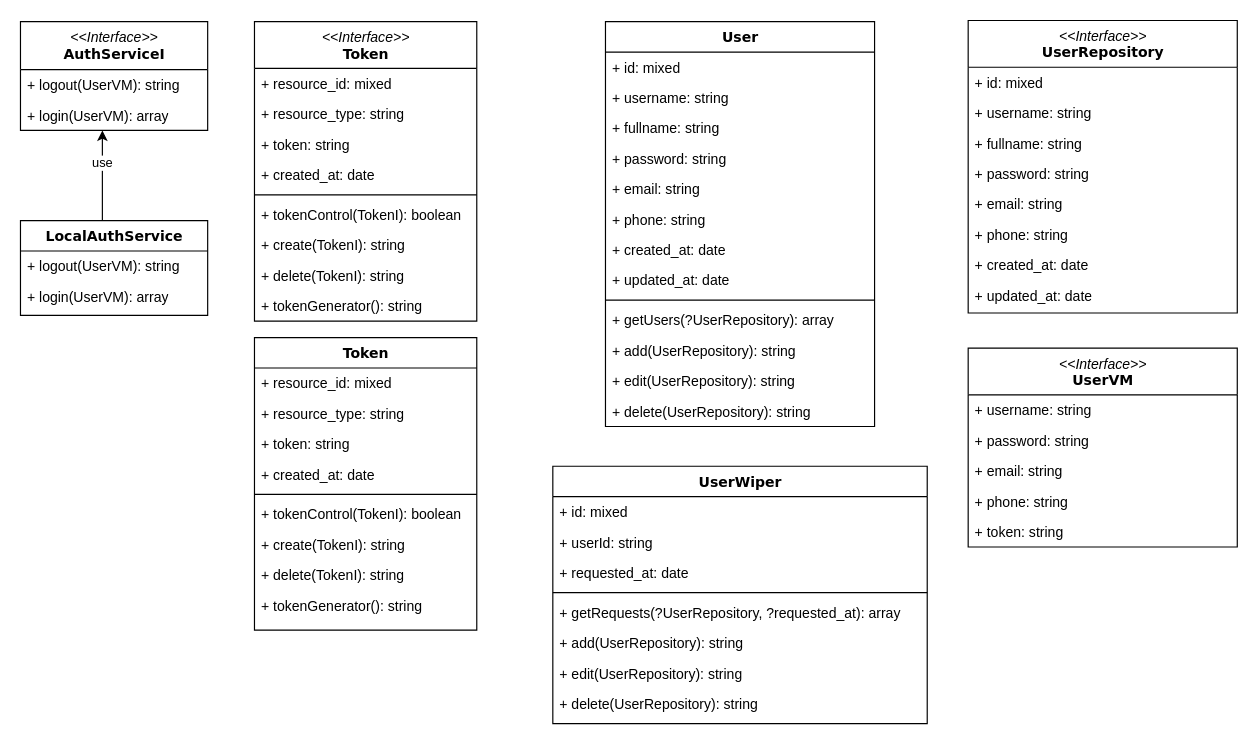
Above: UML/Auth, User Diagram.drawio in hasanuyanik/news-web-app (draw.io), before the change. Source tidied: cells renumbered, new cells numbered last; positions are measured from the earlier drawing's top-left corner, leaving out a move shared by most shapes. Both pictures are drawn from the tidied source at 117%, with x=0, y=0 at pixel (20, 20).
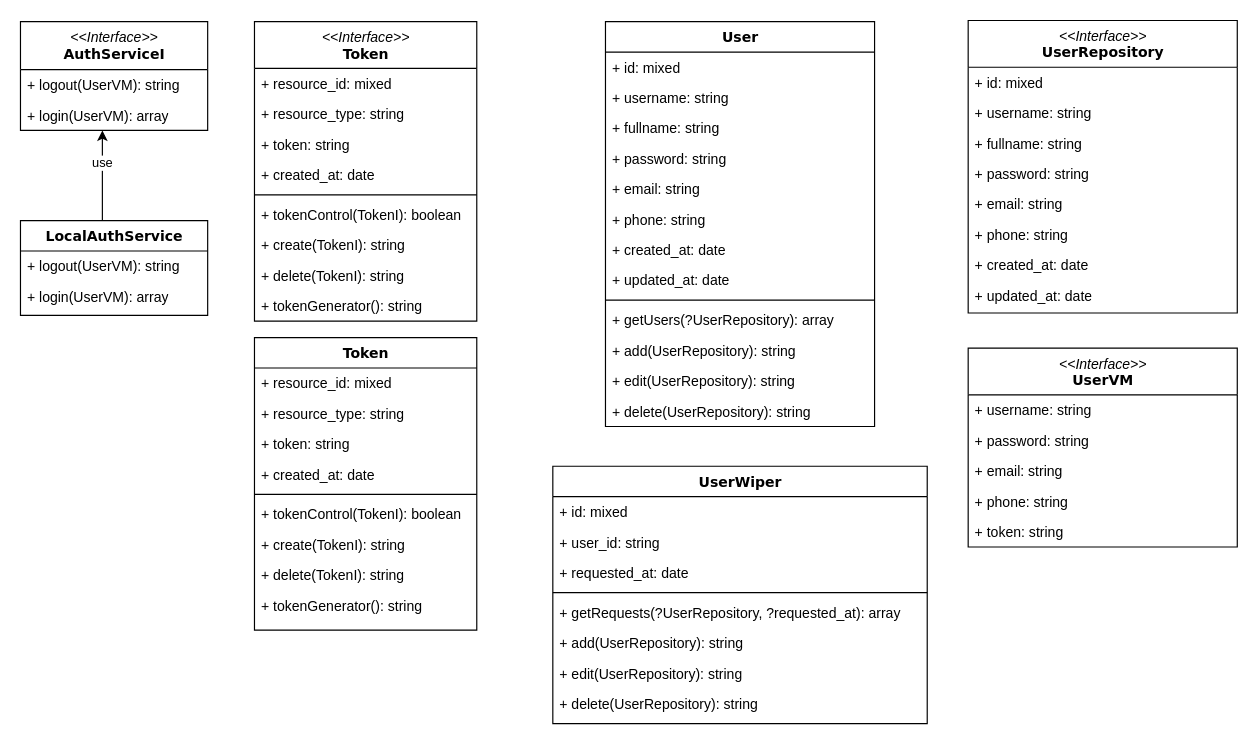
The same diagram, later.

The change refers to these unchanged cells:
```xml
<mxCell id="34" value="UserWiper" style="swimlane;html=1;fontStyle=1;align=center;verticalAlign=top;horizontal=1;startSize=26;swimlaneFillColor=#ffffff;rounded=0;shadow=0;comic=0;labelBackgroundColor=none;strokeWidth=1;fillColor=none;fontFamily=Verdana;fontSize=12;" parent="1" vertex="1">
  <mxGeometry x="455" y="381" width="320" height="220" as="geometry" />
</mxCell>
```

Diff of the diagram source:
```diff
@@
-    <mxCell id="36" value="+ userId: string" style="text;html=1;strokeColor=none;fillColor=none;align=left;verticalAlign=top;spacingLeft=4;spacingRight=4;whiteSpace=wrap;overflow=hidden;" parent="34" vertex="1">
+    <mxCell id="36" value="+ user_id: string" style="text;html=1;strokeColor=none;fillColor=none;align=left;verticalAlign=top;spacingLeft=4;spacingRight=4;whiteSpace=wrap;overflow=hidden;" parent="34" vertex="1">
       <mxGeometry y="52" width="320" height="26" as="geometry" />
     </mxCell>
```
